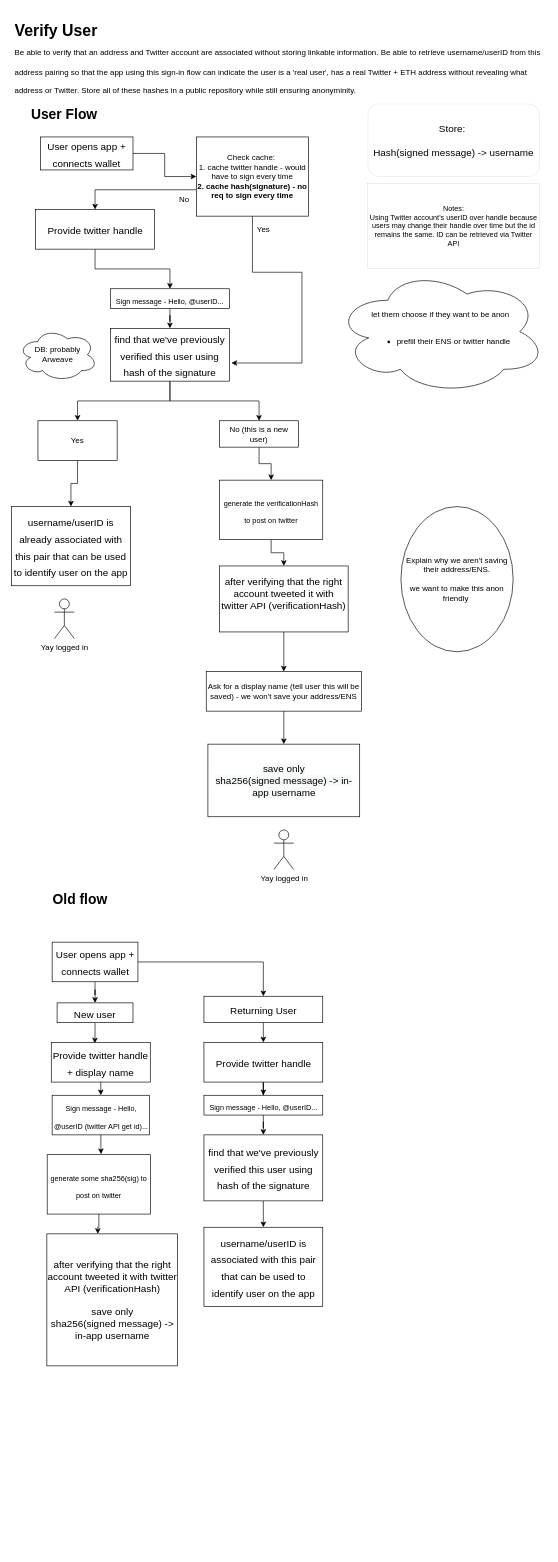
Earlier version of the draw.io diagram verify-user.drawio (straightupjac/verify-user). Source tidied: cells renumbered, new cells numbered last; positions are measured from the earlier drawing's top-left corner, leaving out a move shared by most shapes. Both pictures are drawn from the tidied source at 66%, with x=0, y=0 at pixel (11, 18).
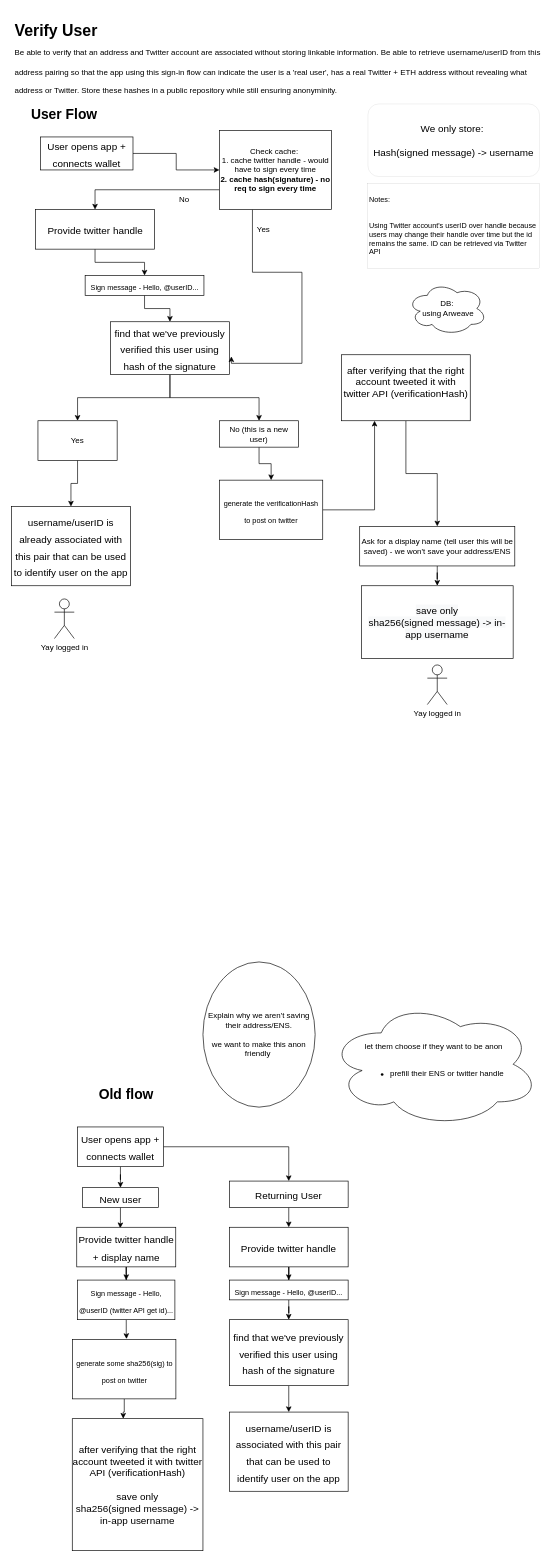
The same diagram, later.

Unchanged cells that the change refers to:
```xml
<mxCell id="38" value="&lt;font style=&quot;font-size: 11px;&quot;&gt;generate the verificationHash to post on twitter&lt;/font&gt;" style="rounded=0;whiteSpace=wrap;html=1;fontSize=21;" parent="1" vertex="1">
  <mxGeometry x="315" y="700" width="156.5" height="90" as="geometry" />
</mxCell>
```

Diff of the diagram source:
```diff
@@
-    <mxCell id="2" value="&lt;h1&gt;&lt;span style=&quot;background-color: initial;&quot;&gt;Verify User&lt;br&gt;&lt;/span&gt;&lt;span style=&quot;font-size: 12px; font-weight: 400;&quot;&gt;Be able to verify that an address and Twitter account are associated without storing linkable information. Be able to retrieve username/userID from this address pairing so that the app using this sign-in flow can indicate the user is a 'real user', has a real Twitter + ETH address without revealing what address or Twitter. Store all of these hashes in a public repository while still ensuring anonyminity.&lt;/span&gt;&lt;/h1&gt;" style="text;html=1;strokeColor=none;fillColor=none;spacing=5;spacingTop=-20;whiteSpace=wrap;overflow=hidden;rounded=0;" parent="1" vertex="1">
+    <mxCell id="2" value="&lt;h1&gt;&lt;span style=&quot;background-color: initial;&quot;&gt;Verify User&lt;br&gt;&lt;/span&gt;&lt;span style=&quot;font-size: 12px; font-weight: 400;&quot;&gt;Be able to verify that an address and Twitter account are associated without storing linkable information. Be able to retrieve username/userID from this address pairing so that the app using this sign-in flow can indicate the user is a 'real user', has a real Twitter + ETH address without revealing what address or Twitter. Store these hashes in a public repository while still ensuring anonyminity.&lt;/span&gt;&lt;/h1&gt;" style="text;html=1;strokeColor=none;fillColor=none;spacing=5;spacingTop=-20;whiteSpace=wrap;overflow=hidden;rounded=0;" parent="1" vertex="1">
       <mxGeometry width="810" height="120" as="geometry" />
     </mxCell>
@@
     <mxCell id="6" value="&lt;font style=&quot;font-size: 15px;&quot;&gt;User opens app + connects wallet&lt;/font&gt;" style="rounded=0;whiteSpace=wrap;html=1;fontSize=21;" parent="1" vertex="1">
-      <mxGeometry x="61.5" y="1400" width="130" height="60" as="geometry" />
+      <mxGeometry x="100" y="1680" width="130" height="60" as="geometry" />
     </mxCell>
@@
     <mxCell id="8" value="&lt;font style=&quot;font-size: 15px;&quot;&gt;New user&lt;/font&gt;" style="rounded=0;whiteSpace=wrap;html=1;fontSize=21;" parent="1" vertex="1">
-      <mxGeometry x="69" y="1492" width="115" height="30" as="geometry" />
+      <mxGeometry x="107.5" y="1772" width="115" height="30" as="geometry" />
     </mxCell>
@@
     <mxCell id="10" value="&lt;font style=&quot;font-size: 15px;&quot;&gt;Returning User&lt;/font&gt;" style="rounded=0;whiteSpace=wrap;html=1;fontSize=21;" parent="1" vertex="1">
-      <mxGeometry x="291.5" y="1482" width="180" height="40" as="geometry" />
+      <mxGeometry x="330" y="1762" width="180" height="40" as="geometry" />
     </mxCell>
@@
     <mxCell id="12" value="&lt;font style=&quot;font-size: 15px;&quot;&gt;Provide twitter handle + display name&lt;/font&gt;" style="rounded=0;whiteSpace=wrap;html=1;fontSize=21;" parent="1" vertex="1">
-      <mxGeometry x="60.2" y="1552" width="150" height="60" as="geometry" />
+      <mxGeometry x="98.8" y="1832" width="150" height="60" as="geometry" />
     </mxCell>
@@
     <mxCell id="14" value="&lt;font style=&quot;font-size: 11px;&quot;&gt;Sign message - Hello, @userID (twitter API get id)...&lt;/font&gt;" style="rounded=0;whiteSpace=wrap;html=1;fontSize=21;" parent="1" vertex="1">
-      <mxGeometry x="61.5" y="1632" width="147.5" height="60" as="geometry" />
+      <mxGeometry x="100" y="1912" width="147.5" height="60" as="geometry" />
     </mxCell>
     <mxCell id="15" value="&lt;span style=&quot;font-size: 15px;&quot;&gt;after verifying that the right account tweeted it with twitter API (verificationHash)&lt;br&gt;&lt;br&gt;save only&lt;br&gt;sha256(signed message) -&amp;gt; in-app username&lt;br&gt;&lt;/span&gt;" style="rounded=0;whiteSpace=wrap;html=1;fontSize=11;" parent="1" vertex="1">
-      <mxGeometry x="53.5" y="1842" width="198" height="200" as="geometry" />
+      <mxGeometry x="92" y="2122" width="198" height="200" as="geometry" />
     </mxCell>
@@
     <mxCell id="17" value="&lt;font style=&quot;font-size: 15px;&quot;&gt;Provide twitter handle&lt;/font&gt;" style="rounded=0;whiteSpace=wrap;html=1;fontSize=21;" parent="1" vertex="1">
-      <mxGeometry x="291.5" y="1552" width="180" height="60" as="geometry" />
+      <mxGeometry x="330" y="1832" width="180" height="60" as="geometry" />
     </mxCell>
@@
     <mxCell id="19" value="&lt;font style=&quot;font-size: 15px;&quot;&gt;find that we've previously verified this user using hash of the signature&lt;/font&gt;" style="rounded=0;whiteSpace=wrap;html=1;fontSize=21;" parent="1" vertex="1">
-      <mxGeometry x="291.5" y="1692" width="180" height="100" as="geometry" />
+      <mxGeometry x="330" y="1972" width="180" height="100" as="geometry" />
     </mxCell>
     <mxCell id="20" value="&lt;font style=&quot;font-size: 15px;&quot;&gt;username/userID is associated with this pair that can be used to identify user on the app&lt;/font&gt;" style="rounded=0;whiteSpace=wrap;html=1;fontSize=21;" parent="1" vertex="1">
-      <mxGeometry x="291.5" y="1832" width="180" height="120" as="geometry" />
+      <mxGeometry x="330" y="2112" width="180" height="120" as="geometry" />
     </mxCell>
-    <mxCell id="21" value="Store:&amp;nbsp;&lt;br&gt;&lt;br&gt;Hash(signed message) -&amp;gt; username" style="rounded=1;whiteSpace=wrap;html=1;fontSize=15;strokeWidth=0;" parent="1" vertex="1">
+    <mxCell id="21" value="We only store:&amp;nbsp;&lt;br&gt;&lt;br&gt;Hash(signed message) -&amp;gt; username" style="rounded=1;whiteSpace=wrap;html=1;fontSize=15;strokeWidth=0;align=center;" parent="1" vertex="1">
       <mxGeometry x="540" y="130" width="260" height="110" as="geometry" />
     </mxCell>
@@
     <mxCell id="23" value="&lt;span style=&quot;font-size: 11px;&quot;&gt;Sign message - Hello, @userID...&lt;/span&gt;" style="rounded=0;whiteSpace=wrap;html=1;fontSize=21;" parent="1" vertex="1">
-      <mxGeometry x="291.5" y="1632" width="180" height="30" as="geometry" />
+      <mxGeometry x="330" y="1912" width="180" height="30" as="geometry" />
     </mxCell>
@@
     <mxCell id="25" value="&lt;font style=&quot;font-size: 11px;&quot;&gt;generate some sha256(sig) to post on twitter&lt;/font&gt;" style="rounded=0;whiteSpace=wrap;html=1;fontSize=21;" parent="1" vertex="1">
-      <mxGeometry x="54" y="1722" width="156.5" height="90" as="geometry" />
+      <mxGeometry x="92.5" y="2002" width="156.5" height="90" as="geometry" />
     </mxCell>
-    <mxCell id="26" value="Notes:&lt;br&gt;Using Twitter account's userID over handle because users may change their handle over time but the id remains the same. ID can be retrieved via Twitter API" style="whiteSpace=wrap;html=1;fontSize=11;strokeWidth=0;" parent="1" vertex="1">
+    <mxCell id="26" value="Notes:&lt;br&gt;&lt;br&gt;&lt;br&gt;Using Twitter account's userID over handle because users may change their handle over time but the id remains the same. ID can be retrieved via Twitter API" style="whiteSpace=wrap;html=1;fontSize=11;strokeWidth=0;align=left;" parent="1" vertex="1">
       <mxGeometry x="540" y="250" width="260" height="130" as="geometry" />
     </mxCell>
@@
     <mxCell id="28" value="&lt;span style=&quot;font-size: 15px;&quot;&gt;after verifying that the right account tweeted it with twitter API (verificationHash)&lt;br&gt;&lt;br&gt;&lt;/span&gt;" style="rounded=0;whiteSpace=wrap;html=1;fontSize=11;" parent="1" vertex="1">
-      <mxGeometry x="315" y="830" width="195" height="100" as="geometry" />
+      <mxGeometry x="500" y="510" width="195" height="100" as="geometry" />
     </mxCell>
@@
     <mxCell id="33" value="&lt;font style=&quot;font-size: 15px;&quot;&gt;find that we've previously verified this user using hash of the signature&lt;/font&gt;" style="rounded=0;whiteSpace=wrap;html=1;fontSize=21;" parent="1" vertex="1">
-      <mxGeometry x="150" y="470" width="180" height="80" as="geometry" />
+      <mxGeometry x="150" y="460" width="180" height="80" as="geometry" />
     </mxCell>
@@
     <mxCell id="36" value="&lt;span style=&quot;font-size: 11px;&quot;&gt;Sign message - Hello, @userID...&lt;/span&gt;" style="rounded=0;whiteSpace=wrap;html=1;fontSize=21;" parent="1" vertex="1">
-      <mxGeometry x="150" y="410" width="180" height="30" as="geometry" />
+      <mxGeometry x="111.5" y="390" width="180" height="30" as="geometry" />
     </mxCell>
     <mxCell id="37" style="edgeStyle=orthogonalEdgeStyle;rounded=0;jettySize=auto;html=1;" parent="1" edge="1" source="38" target="28">
-      <mxGeometry relative="1" as="geometry" />
+      <mxGeometry relative="1" as="geometry">
+        <Array as="points">
+          <mxPoint x="550" y="745" />
+        </Array>
+      </mxGeometry>
     </mxCell>
@@
     <mxCell id="46" value="Ask for a display name (tell user this will be saved) - we won't save your address/ENS" style="rounded=0;whiteSpace=wrap;html=1;" parent="1" vertex="1">
-      <mxGeometry x="295" y="990" width="235" height="60" as="geometry" />
+      <mxGeometry x="527.5" y="770" width="235" height="60" as="geometry" />
     </mxCell>
     <mxCell id="47" value="&lt;span style=&quot;color: rgb(0, 0, 0); font-family: Helvetica; font-size: 15px; font-style: normal; font-variant-ligatures: normal; font-variant-caps: normal; font-weight: 400; letter-spacing: normal; orphans: 2; text-align: center; text-indent: 0px; text-transform: none; widows: 2; word-spacing: 0px; -webkit-text-stroke-width: 0px; background-color: rgb(248, 249, 250); text-decoration-thickness: initial; text-decoration-style: initial; text-decoration-color: initial; float: none; display: inline !important;&quot;&gt;save only&lt;/span&gt;&lt;br style=&quot;color: rgb(0, 0, 0); font-family: Helvetica; font-size: 15px; font-style: normal; font-variant-ligatures: normal; font-variant-caps: normal; font-weight: 400; letter-spacing: normal; orphans: 2; text-align: center; text-indent: 0px; text-transform: none; widows: 2; word-spacing: 0px; -webkit-text-stroke-width: 0px; background-color: rgb(248, 249, 250); text-decoration-thickness: initial; text-decoration-style: initial; text-decoration-color: initial;&quot;&gt;&lt;span style=&quot;color: rgb(0, 0, 0); font-family: Helvetica; font-size: 15px; font-style: normal; font-variant-ligatures: normal; font-variant-caps: normal; font-weight: 400; letter-spacing: normal; orphans: 2; text-align: center; text-indent: 0px; text-transform: none; widows: 2; word-spacing: 0px; -webkit-text-stroke-width: 0px; background-color: rgb(248, 249, 250); text-decoration-thickness: initial; text-decoration-style: initial; text-decoration-color: initial; float: none; display: inline !important;&quot;&gt;sha256(signed message) -&amp;gt; in-app username&lt;/span&gt;" style="rounded=0;whiteSpace=wrap;html=1;" parent="1" vertex="1">
-      <mxGeometry x="297.5" y="1100" width="230" height="110" as="geometry" />
+      <mxGeometry x="530" y="860" width="230" height="110" as="geometry" />
     </mxCell>
     <mxCell id="48" value="Explain why we aren't saving their address/ENS.&lt;br&gt;&lt;br&gt;we want to make this anon friendly&amp;nbsp;" style="ellipse;whiteSpace=wrap;html=1;" parent="1" vertex="1">
-      <mxGeometry x="590" y="740" width="170" height="220" as="geometry" />
+      <mxGeometry x="290" y="1430" width="170" height="220" as="geometry" />
     </mxCell>
     <mxCell id="49" value="let them choose if they want to be anon&lt;br&gt;&lt;br&gt;&lt;ul&gt;&lt;li&gt;prefill their ENS or twitter handle&lt;/li&gt;&lt;/ul&gt;" style="ellipse;shape=cloud;whiteSpace=wrap;html=1;" parent="1" vertex="1">
-      <mxGeometry x="490" y="380" width="320" height="190" as="geometry" />
+      <mxGeometry x="480" y="1490" width="320" height="190" as="geometry" />
     </mxCell>
     <mxCell id="50" value="&lt;b&gt;&lt;font style=&quot;font-size: 21px;&quot;&gt;Old flow&lt;/font&gt;&lt;/b&gt;" style="text;html=1;strokeColor=none;fillColor=none;align=center;verticalAlign=middle;whiteSpace=wrap;rounded=0;" parent="1" vertex="1">
-      <mxGeometry x="24" y="1320" width="160" height="30" as="geometry" />
+      <mxGeometry x="93.8" y="1615" width="160" height="30" as="geometry" />
     </mxCell>
@@
     <mxCell id="53" value="Check cache:&amp;nbsp;&lt;br&gt;1. cache twitter handle - would have to sign every time&lt;br&gt;&lt;b&gt;2. cache hash(signature) - no req to sign every time&lt;/b&gt;" style="rounded=0;whiteSpace=wrap;html=1;" parent="1" vertex="1">
-      <mxGeometry x="280" y="180" width="170" height="120" as="geometry" />
+      <mxGeometry x="315" y="170" width="170" height="120" as="geometry" />
     </mxCell>
-    <mxCell id="54" value="DB: probably Arweave" style="ellipse;shape=cloud;whiteSpace=wrap;html=1;" parent="1" vertex="1">
-      <mxGeometry x="10" y="470" width="120" height="80" as="geometry" />
+    <mxCell id="54" value="DB:&lt;br&gt;&amp;nbsp;using Arweave" style="ellipse;shape=cloud;whiteSpace=wrap;html=1;" parent="1" vertex="1">
+      <mxGeometry x="600" y="400" width="120" height="80" as="geometry" />
     </mxCell>
@@
     <mxCell id="58" value="Yay logged in" style="shape=umlActor;verticalLabelPosition=bottom;verticalAlign=top;html=1;" parent="1" vertex="1">
-      <mxGeometry x="397.5" y="1230" width="30" height="60" as="geometry" />
+      <mxGeometry x="630" y="980" width="30" height="60" as="geometry" />
     </mxCell>
```
